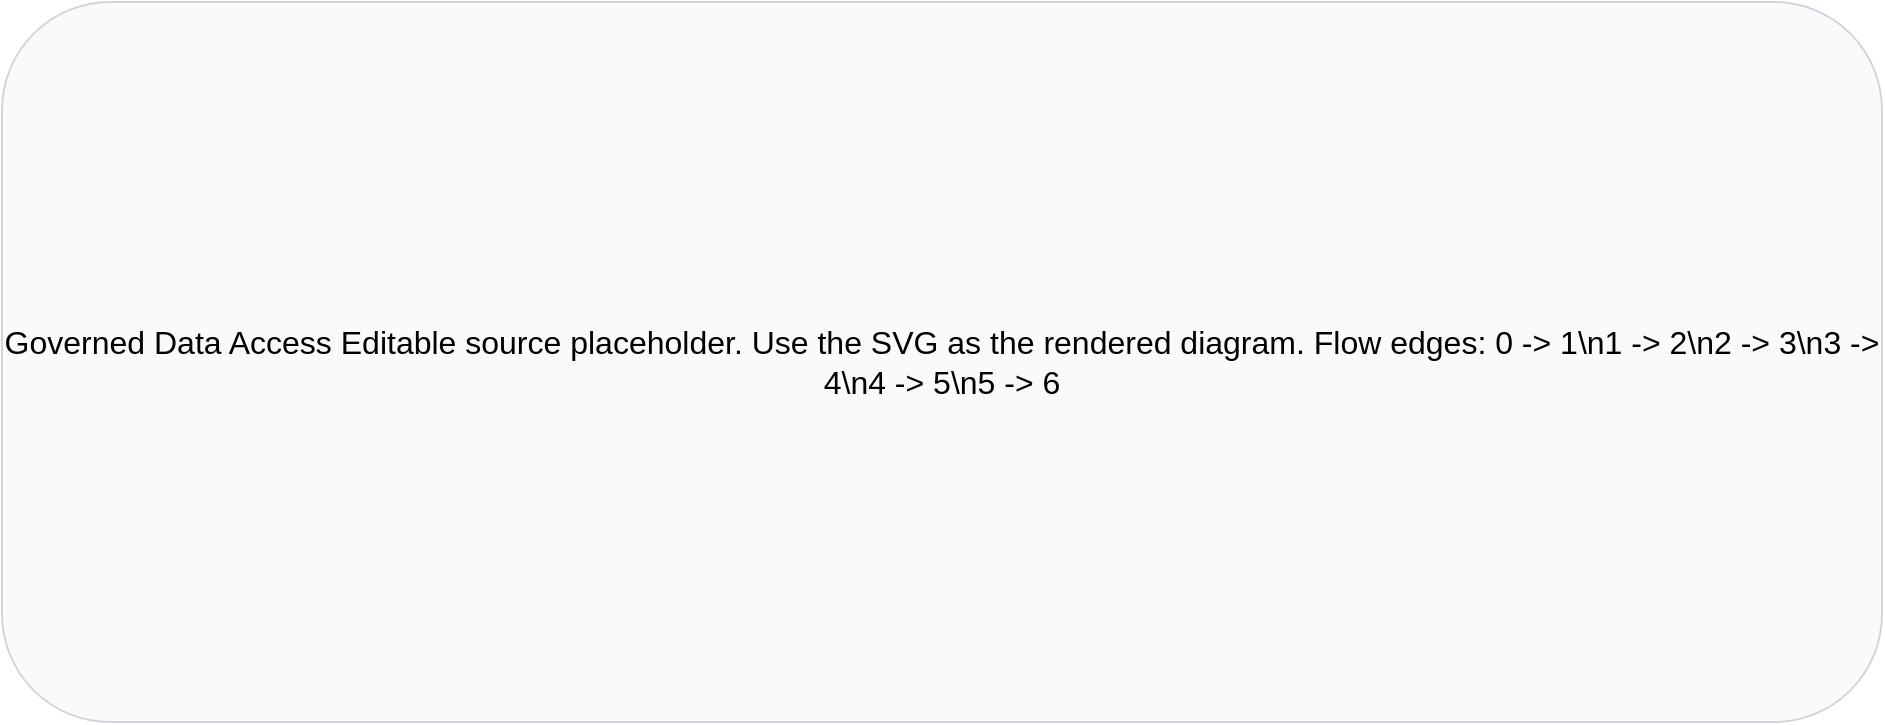
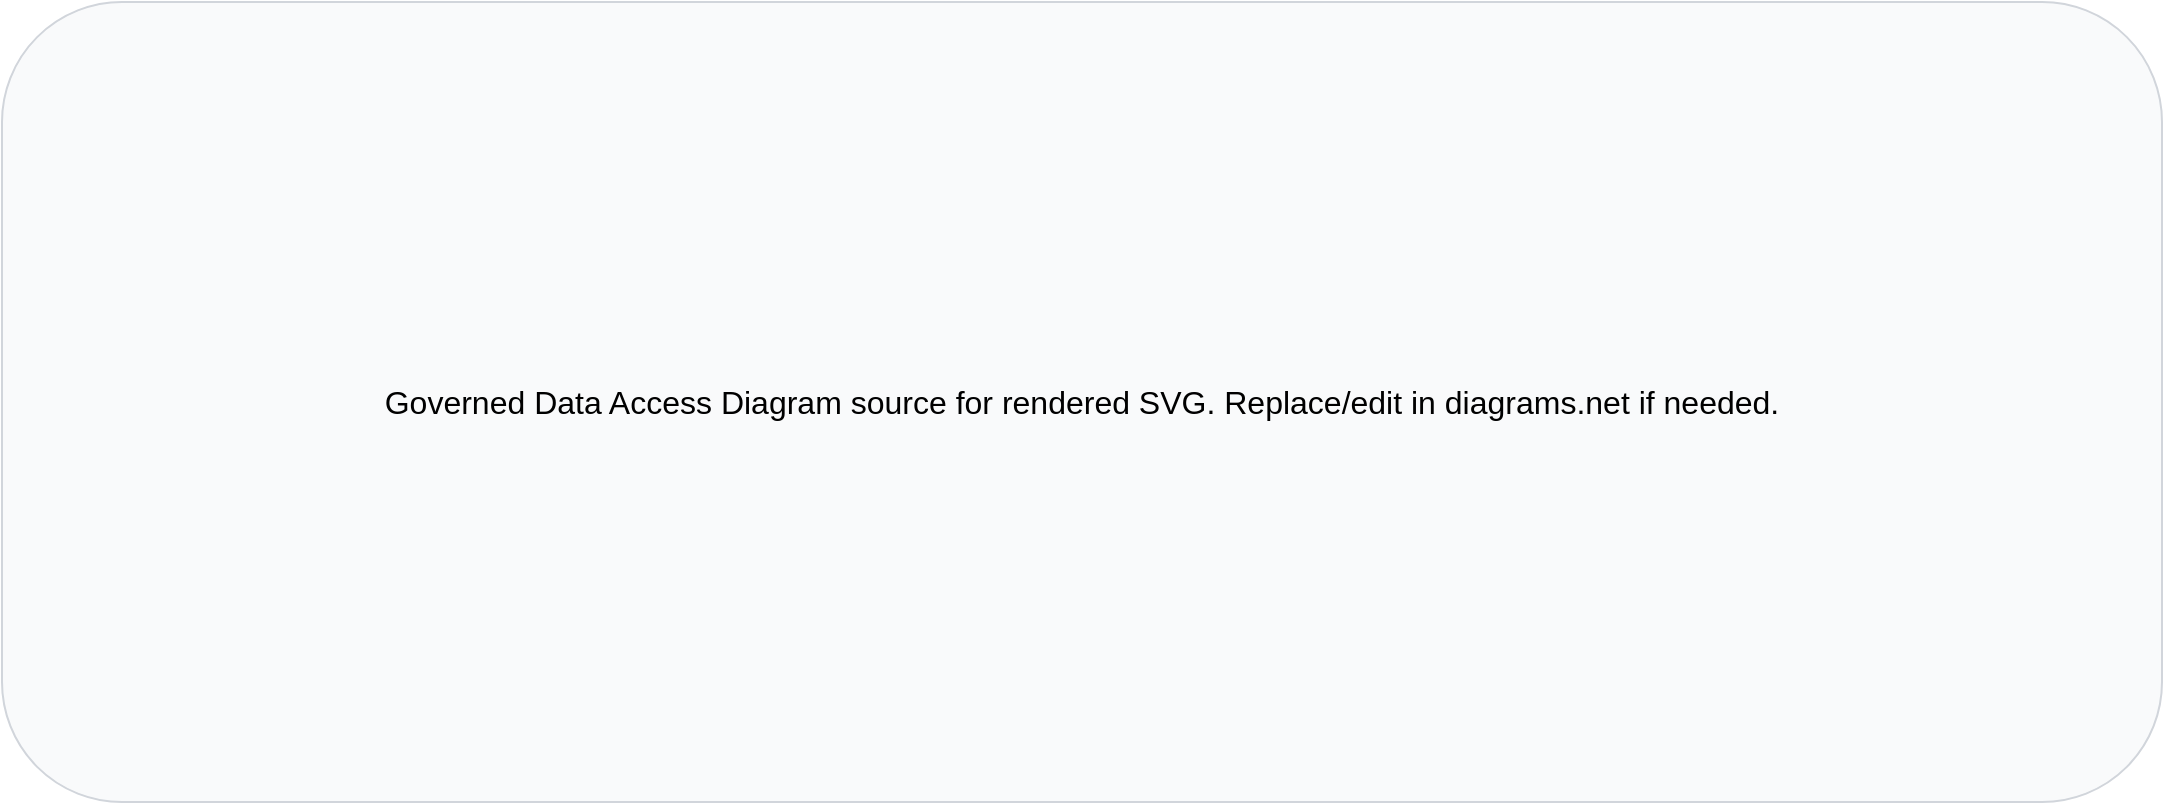
<mxfile host="app.diagrams.net">
  <diagram name="Governed Data Access">
-     <mxGraphModel dx="1200" dy="800" grid="1" gridSize="10" guides="1" tooltips="1" connect="1" arrows="1" fold="1" page="1" pageScale="1" pageWidth="1100" pageHeight="520" math="0" shadow="0">
+     <mxGraphModel dx="1240" dy="800" grid="1" gridSize="10" guides="1" tooltips="1" connect="1" arrows="1" fold="1" page="1" pageScale="1" pageWidth="1240" pageHeight="560" math="0" shadow="0">
      <root>
        <mxCell id="0"/>
        <mxCell id="1" parent="0"/>
        <mxCell id="note" value="Governed Data Access

- Editable source placeholder.
- Use the SVG as the rendered diagram.
- 
- Flow edges:
- 0 -&gt; 1\n1 -&gt; 2\n2 -&gt; 3\n3 -&gt; 4\n4 -&gt; 5\n5 -&gt; 6" style="rounded=1;whiteSpace=wrap;html=1;fillColor=#f9fafb;strokeColor=#d1d5db;fontSize=16;" vertex="1" parent="1">
-           <mxGeometry x="80" y="80" width="940" height="360" as="geometry"/>
+ Diagram source for rendered SVG.
+ Replace/edit in diagrams.net if needed." style="rounded=1;whiteSpace=wrap;html=1;fillColor=#f9fafb;strokeColor=#d1d5db;fontSize=16;" vertex="1" parent="1">
+           <mxGeometry x="80" y="80" width="1080" height="400" as="geometry"/>
        </mxCell>
      </root>
    </mxGraphModel>
  </diagram>
</mxfile>
